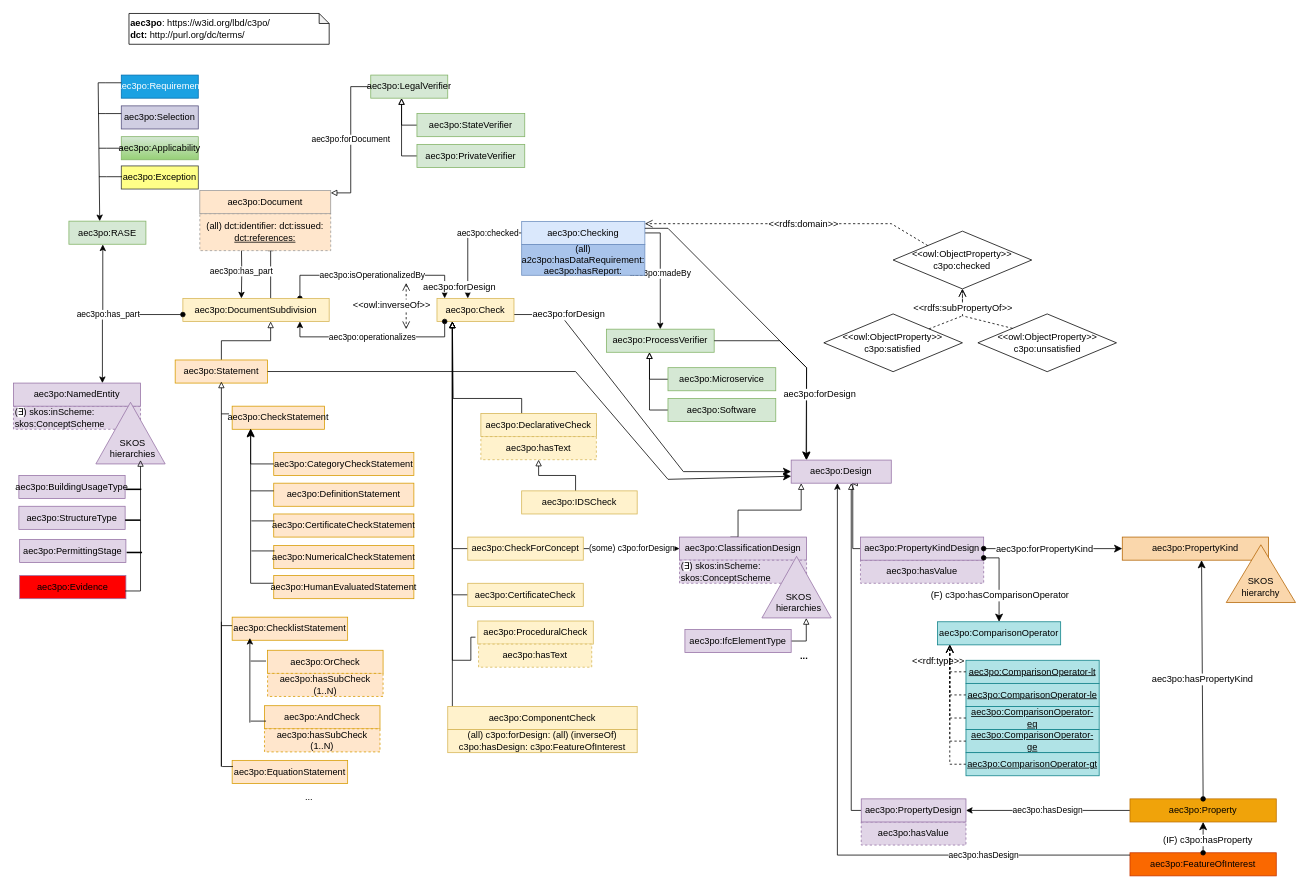
Earlier version of the draw.io diagram page "aec3po" (1 of 7) of aec3po.drawio (Accord-Project/aec3po). Source tidied: cells renumbered, new cells numbered last; positions are measured from the earlier drawing's top-left corner, leaving out a move shared by most shapes. Both pictures are drawn from the tidied source at 77%, with x=0, y=0 at pixel (13, 13).
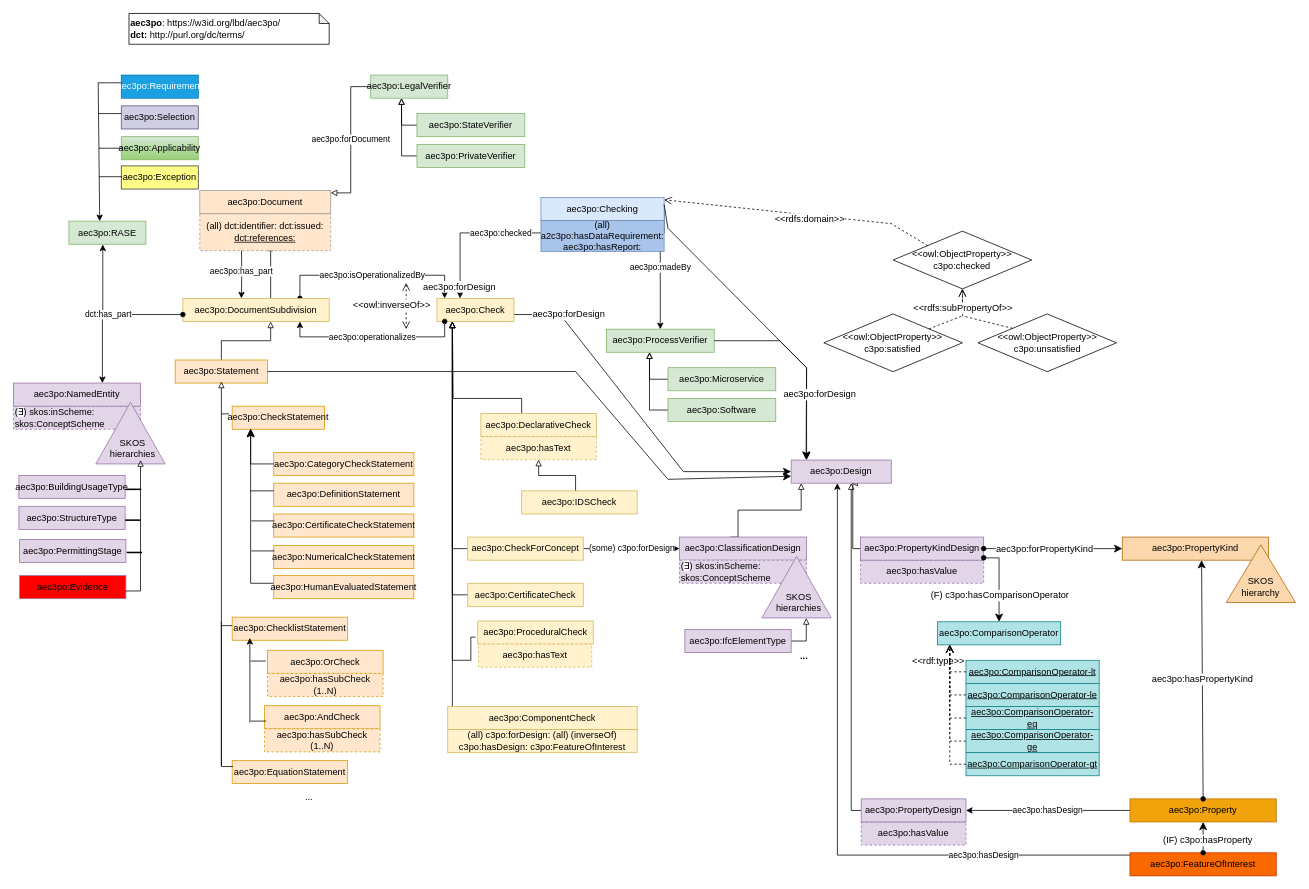
The same page after the edit.

Unchanged cells that the change refers to:
```xml
<mxCell id="23" value="aec3po:Check" style="rounded=0;whiteSpace=wrap;html=1;snapToPoint=1;points=[[0.1,0],[0.2,0],[0.3,0],[0.4,0],[0.5,0],[0.6,0],[0.7,0],[0.8,0],[0.9,0],[0,0.1],[0,0.3],[0,0.5],[0,0.7],[0,0.9],[0.1,1],[0.2,1],[0.3,1],[0.4,1],[0.5,1],[0.6,1],[0.7,1],[0.8,1],[0.9,1],[1,0.1],[1,0.3],[1,0.5],[1,0.7],[1,0.9]];fillColor=#fff2cc;strokeColor=#d6b656;" parent="1" vertex="1">
  <mxGeometry x="550" y="370" width="100" height="30" as="geometry" />
</mxCell>
<mxCell id="92" value="aec3po:DocumentSubdivision" style="rounded=0;whiteSpace=wrap;html=1;snapToPoint=1;points=[[0.1,0],[0.2,0],[0.3,0],[0.4,0],[0.5,0],[0.6,0],[0.7,0],[0.8,0],[0.9,0],[0,0.1],[0,0.3],[0,0.5],[0,0.7],[0,0.9],[0.1,1],[0.2,1],[0.3,1],[0.4,1],[0.5,1],[0.6,1],[0.7,1],[0.8,1],[0.9,1],[1,0.1],[1,0.3],[1,0.5],[1,0.7],[1,0.9]];fillColor=#fff2cc;strokeColor=#d6b656;" parent="1" vertex="1">
  <mxGeometry x="220" y="370" width="190" height="30" as="geometry" />
</mxCell>
<mxCell id="104" value="aec3po:NamedEntity" style="rounded=0;whiteSpace=wrap;html=1;snapToPoint=1;points=[[0.1,0],[0.2,0],[0.3,0],[0.4,0],[0.5,0],[0.6,0],[0.7,0],[0.8,0],[0.9,0],[0,0.1],[0,0.3],[0,0.5],[0,0.7],[0,0.9],[0.1,1],[0.2,1],[0.3,1],[0.4,1],[0.5,1],[0.6,1],[0.7,1],[0.8,1],[0.9,1],[1,0.1],[1,0.3],[1,0.5],[1,0.7],[1,0.9]];fillColor=#e1d5e7;strokeColor=#9673a6;" parent="1" vertex="1">
  <mxGeometry y="480" width="165" height="30" as="geometry" />
</mxCell>
```

Diff of the diagram source:
```diff
@@
-    <mxCell id="2" value="&lt;b&gt;aec3po&lt;/b&gt;&lt;span style=&quot;background-color: initial;&quot;&gt;: https://w3id.org/lbd/c3po/&lt;/span&gt;&lt;b&gt;&lt;br&gt;&lt;/b&gt;&lt;b style=&quot;--tw-border-spacing-x: 0; --tw-border-spacing-y: 0; --tw-translate-x: 0; --tw-translate-y: 0; --tw-rotate: 0; --tw-skew-x: 0; --tw-skew-y: 0; --tw-scale-x: 1; --tw-scale-y: 1; --tw-pan-x: ; --tw-pan-y: ; --tw-pinch-zoom: ; --tw-scroll-snap-strictness: proximity; --tw-ordinal: ; --tw-slashed-zero: ; --tw-numeric-figure: ; --tw-numeric-spacing: ; --tw-numeric-fraction: ; --tw-ring-inset: ; --tw-ring-offset-width: 0px; --tw-ring-offset-color: #fff; --tw-ring-color: rgb(59 130 246 / 0.5); --tw-ring-offset-shadow: 0 0 #0000; --tw-ring-shadow: 0 0 #0000; --tw-shadow: 0 0 #0000; --tw-shadow-colored: 0 0 #0000; --tw-blur: ; --tw-brightness: ; --tw-contrast: ; --tw-grayscale: ; --tw-hue-rotate: ; --tw-invert: ; --tw-saturate: ; --tw-sepia: ; --tw-drop-shadow: ; --tw-backdrop-blur: ; --tw-backdrop-brightness: ; --tw-backdrop-contrast: ; --tw-backdrop-grayscale: ; --tw-backdrop-hue-rotate: ; --tw-backdrop-invert: ; --tw-backdrop-opacity: ; --tw-backdrop-saturate: ; --tw-backdrop-sepia: ; border-color: var(--border-color); background-color: initial;&quot;&gt;dct:&lt;/b&gt;&amp;nbsp;http://purl.org/dc/terms/" style="shape=note;whiteSpace=wrap;html=1;backgroundOutline=1;darkOpacity=0.05;size=13;align=left;" parent="1" vertex="1">
+    <mxCell id="2" value="&lt;b&gt;aec3po&lt;/b&gt;&lt;span style=&quot;background-color: initial;&quot;&gt;: https://w3id.org/lbd/aec3po/&lt;/span&gt;&lt;b&gt;&lt;br&gt;&lt;/b&gt;&lt;b style=&quot;--tw-border-spacing-x: 0; --tw-border-spacing-y: 0; --tw-translate-x: 0; --tw-translate-y: 0; --tw-rotate: 0; --tw-skew-x: 0; --tw-skew-y: 0; --tw-scale-x: 1; --tw-scale-y: 1; --tw-pan-x: ; --tw-pan-y: ; --tw-pinch-zoom: ; --tw-scroll-snap-strictness: proximity; --tw-ordinal: ; --tw-slashed-zero: ; --tw-numeric-figure: ; --tw-numeric-spacing: ; --tw-numeric-fraction: ; --tw-ring-inset: ; --tw-ring-offset-width: 0px; --tw-ring-offset-color: #fff; --tw-ring-color: rgb(59 130 246 / 0.5); --tw-ring-offset-shadow: 0 0 #0000; --tw-ring-shadow: 0 0 #0000; --tw-shadow: 0 0 #0000; --tw-shadow-colored: 0 0 #0000; --tw-blur: ; --tw-brightness: ; --tw-contrast: ; --tw-grayscale: ; --tw-hue-rotate: ; --tw-invert: ; --tw-saturate: ; --tw-sepia: ; --tw-drop-shadow: ; --tw-backdrop-blur: ; --tw-backdrop-brightness: ; --tw-backdrop-contrast: ; --tw-backdrop-grayscale: ; --tw-backdrop-hue-rotate: ; --tw-backdrop-invert: ; --tw-backdrop-opacity: ; --tw-backdrop-saturate: ; --tw-backdrop-sepia: ; border-color: var(--border-color); background-color: initial;&quot;&gt;dct:&lt;/b&gt;&amp;nbsp;http://purl.org/dc/terms/" style="shape=note;whiteSpace=wrap;html=1;backgroundOutline=1;darkOpacity=0.05;size=13;align=left;" parent="1" vertex="1">
       <mxGeometry x="150" width="260" height="40" as="geometry" />
     </mxCell>
@@
     <mxCell id="25" value="aec3po:checked" style="edgeStyle=orthogonalEdgeStyle;rounded=0;jettySize=auto;html=1;startArrow=none;startFill=0;endArrow=classic;endFill=1;" parent="1" edge="1" source="26" target="23">
-      <mxGeometry x="-0.43" relative="1" as="geometry">
+      <mxGeometry x="-0.05" relative="1" as="geometry">
         <Array as="points">
-          <mxPoint x="590" y="285" />
+          <mxPoint x="742" y="285" />
+          <mxPoint x="580" y="285" />
         </Array>
       </mxGeometry>
     </mxCell>
     <mxCell id="26" value="aec3po:Checking" style="rounded=0;whiteSpace=wrap;html=1;snapToPoint=1;points=[[0.1,0],[0.2,0],[0.3,0],[0.4,0],[0.5,0],[0.6,0],[0.7,0],[0.8,0],[0.9,0],[0,0.1],[0,0.3],[0,0.5],[0,0.7],[0,0.9],[0.1,1],[0.2,1],[0.3,1],[0.4,1],[0.5,1],[0.6,1],[0.7,1],[0.8,1],[0.9,1],[1,0.1],[1,0.3],[1,0.5],[1,0.7],[1,0.9]];fillColor=#dae8fc;strokeColor=#6c8ebf;" parent="1" vertex="1">
-      <mxGeometry x="660" y="270" width="160" height="30" as="geometry" />
+      <mxGeometry x="685" y="239" width="160" height="30" as="geometry" />
     </mxCell>
@@
     <mxCell id="81" value="(all) a2c3po:hasDataRequirement: aec3po:hasReport:" style="rounded=0;whiteSpace=wrap;html=1;fillColor=#A9C4EB;strokeColor=#6c8ebf;" parent="1" vertex="1">
-      <mxGeometry x="660" y="300" width="160" height="40" as="geometry" />
+      <mxGeometry x="685" y="269" width="160" height="40" as="geometry" />
     </mxCell>
@@
-    <mxCell id="109" value="aec3po:has_part" style="edgeStyle=orthogonalEdgeStyle;rounded=0;jettySize=auto;html=1;startArrow=oval;startFill=1;exitX=0;exitY=0.7;exitDx=0;exitDy=0;entryX=0.7;entryY=0;entryDx=0;entryDy=0;" parent="1" edge="1" source="92" target="104">
+    <mxCell id="109" value="dct:has_part" style="edgeStyle=orthogonalEdgeStyle;rounded=0;jettySize=auto;html=1;startArrow=oval;startFill=1;exitX=0;exitY=0.7;exitDx=0;exitDy=0;entryX=0.7;entryY=0;entryDx=0;entryDy=0;" parent="1" edge="1" source="92" target="104">
       <mxGeometry relative="1" as="geometry" />
     </mxCell>
```
